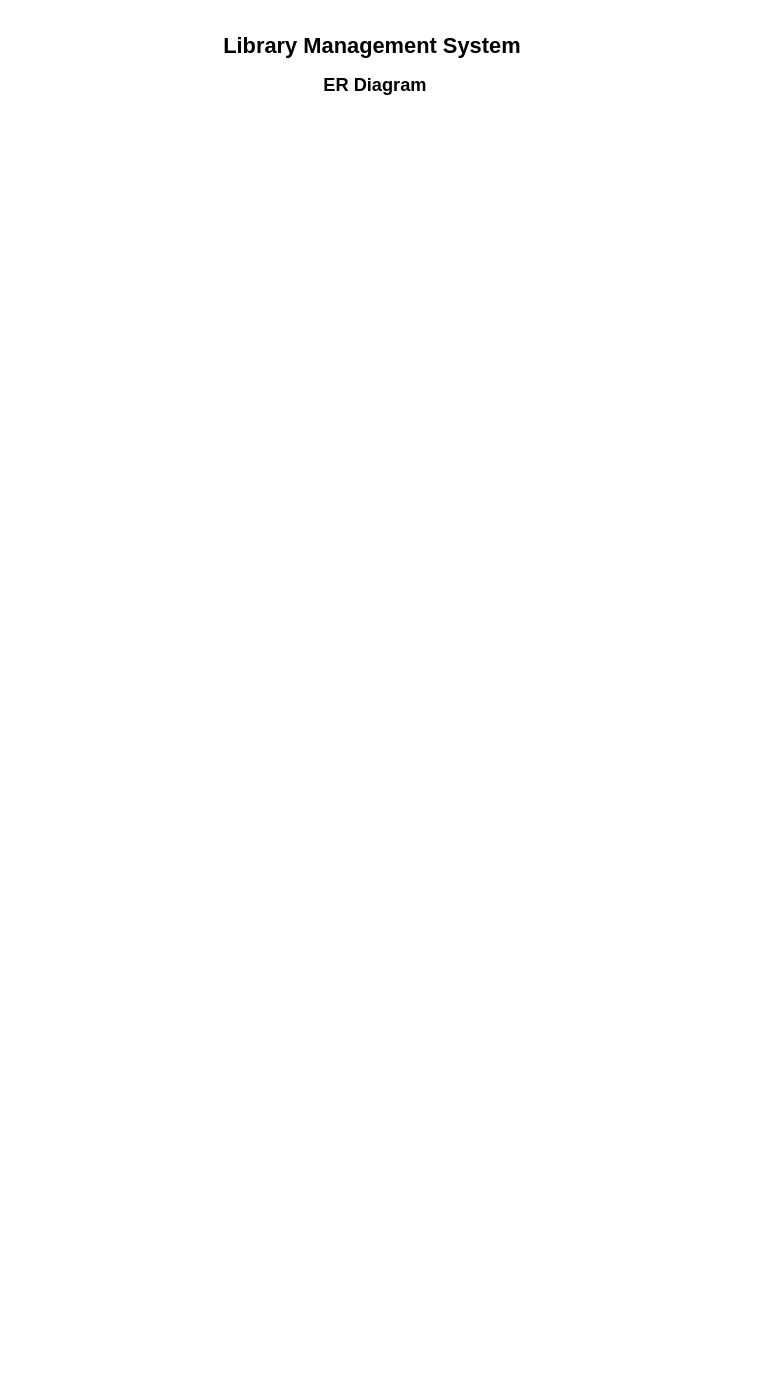
Earlier version of the draw.io diagram 1st_Round(Technical Round)/01-Basic-University-Questions/01-OOP/Capstone Project/libraryManagementSystem.drawio (tecnodeveloper/backend_init). Source tidied: cells renumbered, new cells numbered last; positions are measured from the earlier drawing's top-left corner, leaving out a move shared by most shapes. Both pictures are drawn from the tidied source at 91%, with x=0, y=0 at pixel (188, 15).
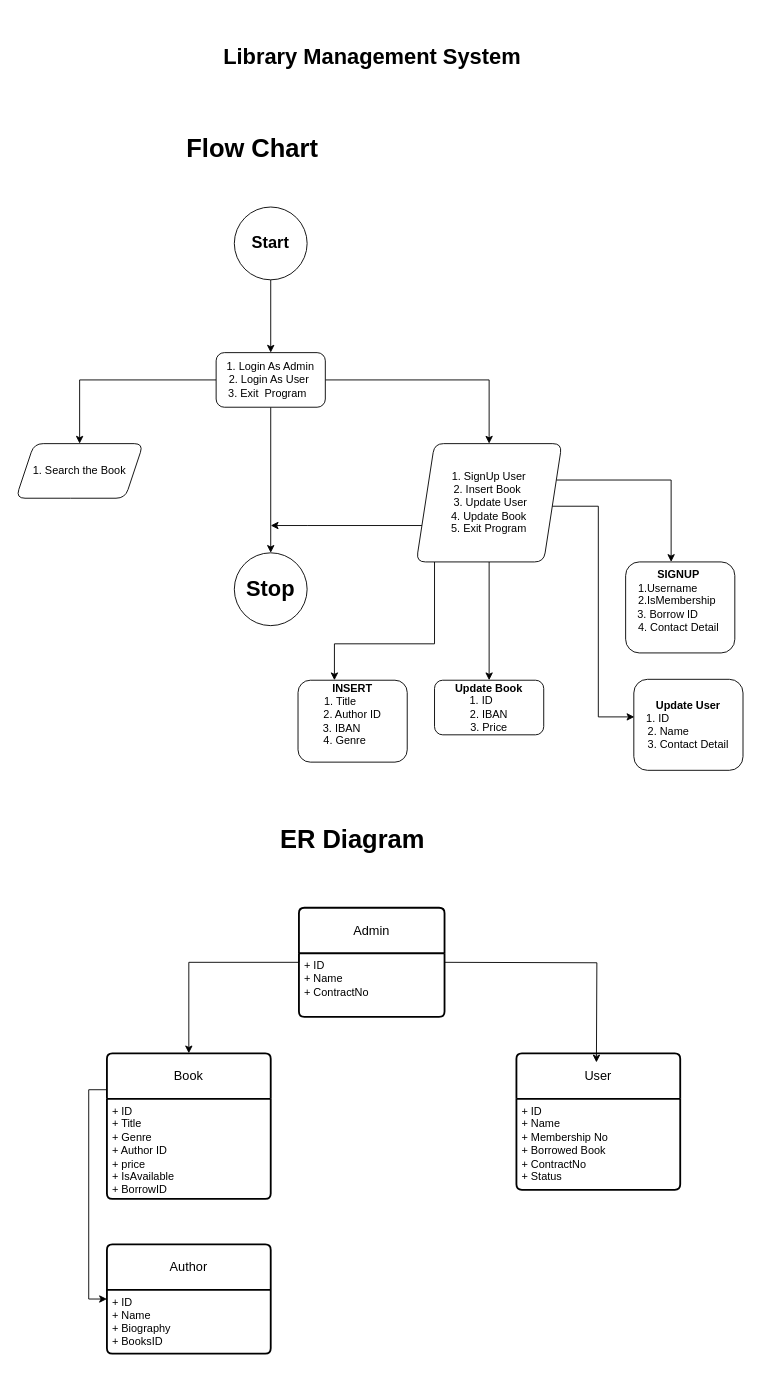
The same diagram, later.

The edit, as a diff of the source:
```diff
@@
-    <mxCell id="2" value="&lt;h1&gt;&lt;b&gt;Library Management System&amp;nbsp;&lt;/b&gt;&lt;/h1&gt;&lt;b&gt;&lt;font style=&quot;font-size: 20px;&quot;&gt;ER Diagram&lt;/font&gt;&lt;/b&gt;" style="text;html=1;whiteSpace=wrap;strokeColor=none;fillColor=none;align=center;verticalAlign=middle;rounded=0;" parent="1" vertex="1">
+    <mxCell id="2" value="&lt;h1&gt;&lt;b&gt;Library Management System&amp;nbsp;&lt;/b&gt;&lt;/h1&gt;" style="text;html=1;whiteSpace=wrap;strokeColor=none;fillColor=none;align=center;verticalAlign=middle;rounded=0;" parent="1" vertex="1">
       <mxGeometry width="410" height="90" as="geometry" />
     </mxCell>
+    <mxCell id="3" value="Admin" style="swimlane;horizontal=1;startSize=50;rounded=1;fontSize=14;fontStyle=0;strokeWidth=2;shadow=0;dashed=0;align=center;arcSize=4;whiteSpace=wrap;html=1;" parent="1" vertex="1">
+      <mxGeometry x="121" y="980" width="160" height="120" as="geometry" />
+    </mxCell>
+    <mxCell id="4" value="+ ID&lt;br&gt;+ Name&lt;div&gt;+ ContractNo&lt;/div&gt;" style="align=left;strokeColor=none;fillColor=none;spacingLeft=4;spacingRight=4;fontSize=12;verticalAlign=top;html=1;whiteSpace=wrap;" parent="3" vertex="1">
+      <mxGeometry y="50" width="160" height="70" as="geometry" />
+    </mxCell>
+    <mxCell id="5" style="edgeStyle=orthogonalEdgeStyle;rounded=0;jettySize=auto;html=1;exitX=0;exitY=0.25;exitDx=0;exitDy=0;entryX=0;entryY=0.5;entryDx=0;entryDy=0;" parent="1" edge="1" source="6" target="10">
+      <mxGeometry relative="1" as="geometry" />
+    </mxCell>
+    <mxCell id="6" value="Book" style="swimlane;horizontal=1;startSize=50;rounded=1;fontSize=14;fontStyle=0;strokeWidth=2;shadow=0;dashed=0;align=center;arcSize=4;whiteSpace=wrap;html=1;" parent="1" vertex="1">
+      <mxGeometry x="-90" y="1140" width="180" height="160" as="geometry" />
+    </mxCell>
+    <mxCell id="7" value="+ ID&lt;br&gt;+ Title&lt;br&gt;&lt;div&gt;+ Genre&lt;/div&gt;&lt;div&gt;+ Author ID&lt;/div&gt;&lt;div&gt;+ price&lt;/div&gt;&lt;div&gt;+ IsAvailable&lt;/div&gt;&lt;div&gt;+ BorrowID&lt;/div&gt;&lt;div&gt;&lt;br&gt;&lt;/div&gt;" style="align=left;strokeColor=none;fillColor=none;spacingLeft=4;spacingRight=4;fontSize=12;verticalAlign=top;html=1;whiteSpace=wrap;" parent="6" vertex="1">
+      <mxGeometry y="50" width="180" height="110" as="geometry" />
+    </mxCell>
+    <mxCell id="8" value="User" style="swimlane;horizontal=1;startSize=50;rounded=1;fontSize=14;fontStyle=0;strokeWidth=2;shadow=0;dashed=0;align=center;arcSize=4;whiteSpace=wrap;html=1;" parent="1" vertex="1">
+      <mxGeometry x="360" y="1140" width="180" height="150" as="geometry" />
+    </mxCell>
+    <mxCell id="9" value="+ ID&lt;br&gt;+ Name&lt;div&gt;+ Membership No&lt;/div&gt;&lt;div&gt;+ Borrowed Book&lt;/div&gt;&lt;div&gt;+ ContractNo&lt;/div&gt;&lt;div&gt;+ Status&lt;/div&gt;" style="align=left;strokeColor=none;fillColor=none;spacingLeft=4;spacingRight=4;fontSize=12;verticalAlign=top;html=1;whiteSpace=wrap;" parent="8" vertex="1">
+      <mxGeometry y="50" width="180" height="100" as="geometry" />
+    </mxCell>
+    <mxCell id="10" value="Author" style="swimlane;horizontal=1;startSize=50;rounded=1;fontSize=14;fontStyle=0;strokeWidth=2;shadow=0;dashed=0;align=center;arcSize=4;whiteSpace=wrap;html=1;" parent="1" vertex="1">
+      <mxGeometry x="-90" y="1350" width="180" height="120" as="geometry" />
+    </mxCell>
+    <mxCell id="11" value="+ ID&lt;br&gt;+ Name&lt;div&gt;+ Biography&lt;/div&gt;&lt;div&gt;+ BooksID&lt;/div&gt;&lt;div&gt;&lt;br&gt;&lt;/div&gt;&lt;div&gt;&lt;br&gt;&lt;/div&gt;" style="align=left;strokeColor=none;fillColor=none;spacingLeft=4;spacingRight=4;fontSize=12;verticalAlign=top;html=1;whiteSpace=wrap;" parent="10" vertex="1">
+      <mxGeometry y="50" width="180" height="70" as="geometry" />
+    </mxCell>
+    <mxCell id="12" style="edgeStyle=orthogonalEdgeStyle;rounded=0;orthogonalLoop=1;jettySize=auto;html=1;exitX=1;exitY=0;exitDx=0;exitDy=0;entryX=0.433;entryY=0;entryDx=0;entryDy=0;entryPerimeter=0;" parent="1" edge="1">
+      <mxGeometry relative="1" as="geometry">
+        <mxPoint x="281" y="1040" as="sourcePoint" />
+        <mxPoint x="447.9" y="1150" as="targetPoint" />
+      </mxGeometry>
+    </mxCell>
+    <mxCell id="13" style="edgeStyle=orthogonalEdgeStyle;rounded=0;jettySize=auto;html=1;exitX=0;exitY=0;exitDx=0;exitDy=0;entryX=0.5;entryY=0;entryDx=0;entryDy=0;" parent="1" edge="1" source="4" target="6">
+      <mxGeometry relative="1" as="geometry">
+        <Array as="points">
+          <mxPoint x="121" y="1040" />
+          <mxPoint y="1040" />
+        </Array>
+      </mxGeometry>
+    </mxCell>
+    <mxCell id="14" value="&lt;font style=&quot;font-size: 28px;&quot;&gt;&lt;b&gt;Flow Chart&lt;/b&gt;&lt;/font&gt;" style="text;html=1;whiteSpace=wrap;strokeColor=none;fillColor=none;align=center;verticalAlign=middle;rounded=0;" parent="1" vertex="1">
+      <mxGeometry x="-50" y="120" width="240" height="50" as="geometry" />
+    </mxCell>
+    <mxCell id="15" value="&lt;font style=&quot;font-size: 28px;&quot;&gt;&lt;b&gt;ER Diagram&lt;/b&gt;&lt;/font&gt;" style="text;html=1;whiteSpace=wrap;strokeColor=none;fillColor=none;align=center;verticalAlign=middle;rounded=0;" parent="1" vertex="1">
+      <mxGeometry x="60" y="880" width="240" height="50" as="geometry" />
+    </mxCell>
+    <mxCell id="16" style="edgeStyle=orthogonalEdgeStyle;rounded=0;jettySize=auto;html=1;" parent="1" edge="1" source="17" target="21">
+      <mxGeometry relative="1" as="geometry" />
+    </mxCell>
+    <mxCell id="17" value="&lt;font style=&quot;font-size: 18px;&quot;&gt;&lt;b&gt;Start&lt;/b&gt;&lt;/font&gt;" style="ellipse;whiteSpace=wrap;html=1;" parent="1" vertex="1">
+      <mxGeometry x="50" y="210" width="80" height="80" as="geometry" />
+    </mxCell>
+    <mxCell id="18" style="edgeStyle=orthogonalEdgeStyle;rounded=0;jettySize=auto;html=1;" parent="1" edge="1" source="21" target="22">
+      <mxGeometry relative="1" as="geometry" />
+    </mxCell>
+    <mxCell id="19" style="edgeStyle=orthogonalEdgeStyle;rounded=0;jettySize=auto;html=1;" parent="1" edge="1" source="21" target="28">
+      <mxGeometry relative="1" as="geometry" />
+    </mxCell>
+    <mxCell id="20" style="edgeStyle=orthogonalEdgeStyle;rounded=0;jettySize=auto;html=1;exitX=0.5;exitY=1;exitDx=0;exitDy=0;entryX=0.5;entryY=0;entryDx=0;entryDy=0;" parent="1" edge="1" source="21" target="30">
+      <mxGeometry relative="1" as="geometry" />
+    </mxCell>
+    <mxCell id="21" value="&lt;div&gt;1. Login As Admin&lt;/div&gt;&lt;div&gt;2. Login As User&amp;nbsp;&lt;/div&gt;&lt;div&gt;3. Exit&amp;nbsp; Program&amp;nbsp;&amp;nbsp;&lt;/div&gt;" style="rounded=1;whiteSpace=wrap;html=1;" parent="1" vertex="1">
+      <mxGeometry x="30" y="370" width="120" height="60" as="geometry" />
+    </mxCell>
+    <mxCell id="22" value="1. Search the Book" style="shape=parallelogram;perimeter=parallelogramPerimeter;whiteSpace=wrap;html=1;fixedSize=1;rounded=1;" parent="1" vertex="1">
+      <mxGeometry x="-190" y="470" width="140" height="60" as="geometry" />
+    </mxCell>
+    <mxCell id="23" style="edgeStyle=orthogonalEdgeStyle;rounded=0;jettySize=auto;html=1;" parent="1" edge="1" source="28" target="29">
+      <mxGeometry relative="1" as="geometry">
+        <Array as="points">
+          <mxPoint x="270" y="690" />
+          <mxPoint x="160" y="690" />
+        </Array>
+      </mxGeometry>
+    </mxCell>
+    <mxCell id="24" style="edgeStyle=orthogonalEdgeStyle;rounded=0;jettySize=auto;html=1;" parent="1" edge="1" source="28">
+      <mxGeometry relative="1" as="geometry">
+        <mxPoint x="90" y="560" as="targetPoint" />
+        <Array as="points">
+          <mxPoint x="130" y="560" />
+          <mxPoint x="130" y="560" />
+        </Array>
+      </mxGeometry>
+    </mxCell>
+    <mxCell id="25" style="edgeStyle=orthogonalEdgeStyle;rounded=0;jettySize=auto;html=1;" parent="1" edge="1" source="28" target="31">
+      <mxGeometry relative="1" as="geometry">
+        <Array as="points">
+          <mxPoint x="530" y="510" />
+        </Array>
+      </mxGeometry>
+    </mxCell>
+    <mxCell id="26" style="edgeStyle=orthogonalEdgeStyle;rounded=0;jettySize=auto;html=1;" parent="1" edge="1" source="28" target="32">
+      <mxGeometry relative="1" as="geometry" />
+    </mxCell>
+    <mxCell id="27" style="edgeStyle=orthogonalEdgeStyle;rounded=0;jettySize=auto;html=1;exitX=1;exitY=0.5;exitDx=0;exitDy=0;entryX=0.005;entryY=0.413;entryDx=0;entryDy=0;entryPerimeter=0;" parent="1" edge="1" target="33">
+      <mxGeometry relative="1" as="geometry">
+        <mxPoint x="370" y="538.8" as="sourcePoint" />
+        <Array as="points">
+          <mxPoint x="450" y="539" />
+          <mxPoint x="450" y="771" />
+        </Array>
+      </mxGeometry>
+    </mxCell>
+    <mxCell id="28" value="&lt;div&gt;1. SignUp User&lt;/div&gt;&lt;div&gt;2. Insert Book&amp;nbsp;&lt;/div&gt;&lt;div&gt;&amp;nbsp;3. Update User&lt;/div&gt;&lt;div&gt;4. Update Book&lt;/div&gt;&lt;div&gt;5. Exit Program&lt;/div&gt;" style="shape=parallelogram;perimeter=parallelogramPerimeter;whiteSpace=wrap;html=1;fixedSize=1;rounded=1;" parent="1" vertex="1">
+      <mxGeometry x="250" y="470" width="160" height="130" as="geometry" />
+    </mxCell>
+    <mxCell id="29" value="&lt;div&gt;&lt;b&gt;INSERT&lt;/b&gt;&lt;/div&gt;&lt;div&gt;1. Title&amp;nbsp; &amp;nbsp; &amp;nbsp; &amp;nbsp;&amp;nbsp;&lt;/div&gt;&lt;div&gt;2. Author ID&lt;/div&gt;&lt;div&gt;3. IBAN&amp;nbsp; &amp;nbsp; &amp;nbsp; &amp;nbsp;&lt;/div&gt;&lt;div&gt;4. Genre&amp;nbsp; &amp;nbsp; &amp;nbsp;&lt;/div&gt;&lt;div&gt;&lt;br&gt;&lt;/div&gt;" style="whiteSpace=wrap;html=1;rounded=1;" parent="1" vertex="1">
+      <mxGeometry x="120" y="730" width="120" height="90" as="geometry" />
+    </mxCell>
+    <mxCell id="30" value="&lt;font style=&quot;font-size: 24px;&quot;&gt;&lt;b&gt;Stop&lt;/b&gt;&lt;/font&gt;" style="ellipse;whiteSpace=wrap;html=1;rounded=1;" parent="1" vertex="1">
+      <mxGeometry x="50" y="590" width="80" height="80" as="geometry" />
+    </mxCell>
+    <mxCell id="31" value="&lt;div&gt;&lt;b&gt;SIGNUP&amp;nbsp;&lt;/b&gt;&lt;/div&gt;&lt;div&gt;1.Username&amp;nbsp; &amp;nbsp; &amp;nbsp; &amp;nbsp;&amp;nbsp;&lt;/div&gt;&lt;div&gt;2.IsMembership&amp;nbsp;&amp;nbsp;&lt;/div&gt;&lt;div&gt;3. Borrow ID&amp;nbsp; &amp;nbsp; &amp;nbsp; &amp;nbsp;&amp;nbsp;&lt;/div&gt;&lt;div&gt;4. Contact Detail&amp;nbsp;&lt;/div&gt;&lt;div&gt;&lt;br&gt;&lt;/div&gt;" style="whiteSpace=wrap;html=1;rounded=1;" parent="1" vertex="1">
+      <mxGeometry x="480" y="600" width="120" height="100" as="geometry" />
+    </mxCell>
+    <mxCell id="32" value="&lt;div&gt;&lt;b&gt;Update Book&lt;/b&gt;&lt;/div&gt;&lt;div&gt;1. ID&amp;nbsp; &amp;nbsp; &amp;nbsp;&lt;/div&gt;&lt;div&gt;2. IBAN&lt;/div&gt;&lt;div&gt;3. Price&lt;/div&gt;" style="whiteSpace=wrap;html=1;rounded=1;" parent="1" vertex="1">
+      <mxGeometry x="270" y="730" width="120" height="60" as="geometry" />
+    </mxCell>
+    <mxCell id="33" value="&lt;div&gt;&lt;b&gt;Update User&lt;/b&gt;&lt;/div&gt;&lt;div&gt;1. ID&amp;nbsp; &amp;nbsp; &amp;nbsp; &amp;nbsp; &amp;nbsp; &amp;nbsp; &amp;nbsp; &amp;nbsp; &amp;nbsp; &amp;nbsp;&amp;nbsp;&lt;/div&gt;&lt;div&gt;2. Name&amp;nbsp; &amp;nbsp; &amp;nbsp; &amp;nbsp; &amp;nbsp; &amp;nbsp; &amp;nbsp;&lt;/div&gt;&lt;div&gt;3. Contact Detail&lt;/div&gt;" style="whiteSpace=wrap;html=1;rounded=1;" parent="1" vertex="1">
+      <mxGeometry x="489" y="729" width="120" height="100" as="geometry" />
+    </mxCell>
```
